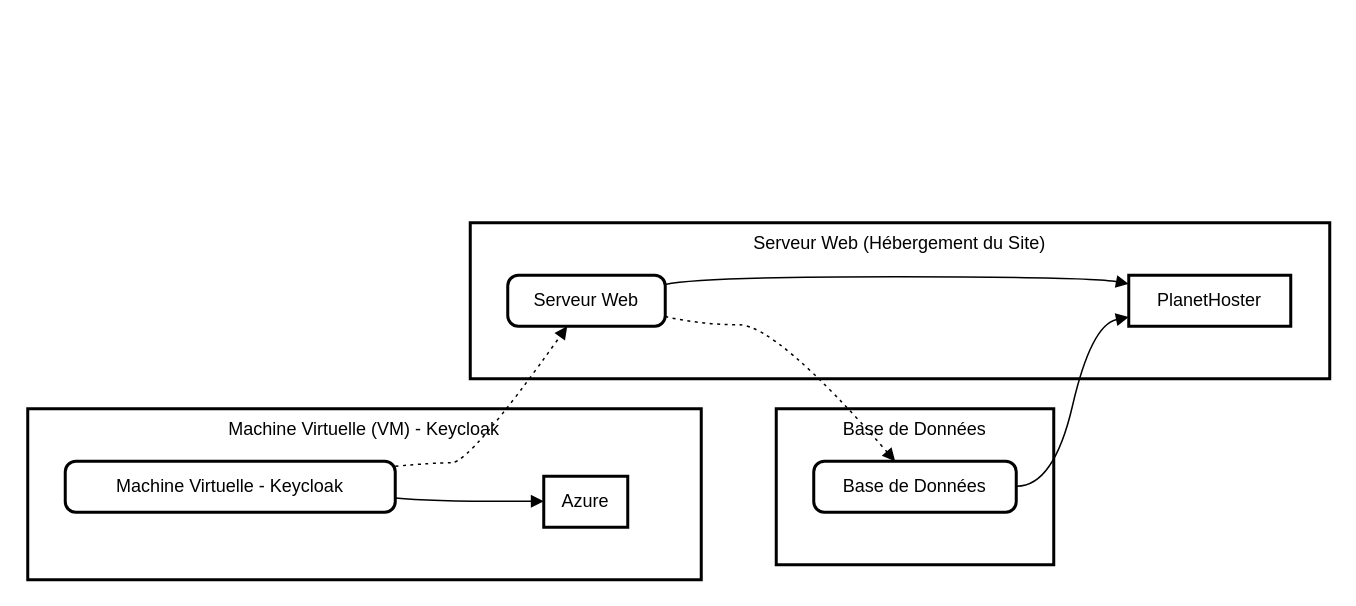
Before: Diagramme sans nom.drawio in LindaArezki/test, a draw.io diagram. Source tidied: cells renumbered, new cells numbered last; positions are measured from the earlier drawing's top-left corner, leaving out a move shared by most shapes. Both pictures are drawn from the tidied source at 150%, with x=0, y=0 at pixel (27, 222).
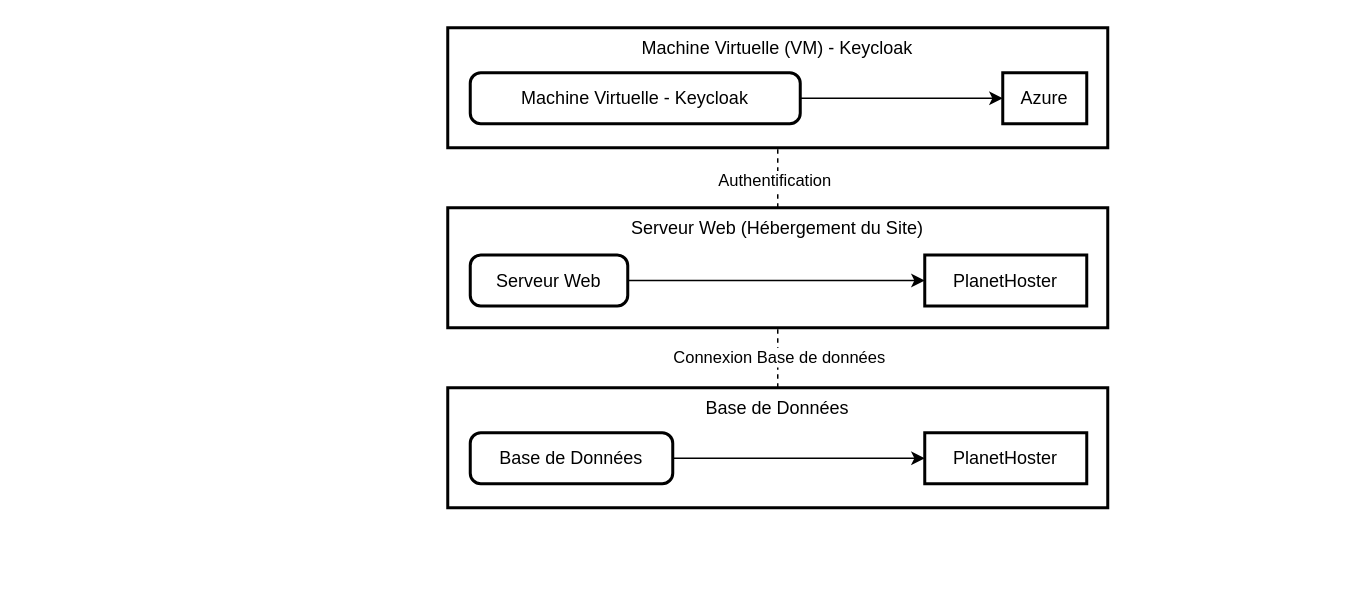
After the change.

Commit message:
Mettre à jour Diagramme sans nom.drawio

Diff of the diagram source:
```diff
@@
     <mxCell id="2" value="Base de Données" style="whiteSpace=wrap;strokeWidth=2;verticalAlign=top;" parent="1" vertex="1">
-      <mxGeometry x="499" y="124" width="185" height="104" as="geometry" />
+      <mxGeometry x="280" y="110" width="440" height="80" as="geometry" />
     </mxCell>
     <mxCell id="3" value="Base de Données" style="rounded=1;absoluteArcSize=1;arcSize=14;whiteSpace=wrap;strokeWidth=2;" parent="1" vertex="1">
-      <mxGeometry x="524" y="159" width="135" height="34" as="geometry" />
+      <mxGeometry x="295" y="140" width="135" height="34" as="geometry" />
     </mxCell>
     <mxCell id="4" value="Serveur Web (Hébergement du Site)" style="whiteSpace=wrap;strokeWidth=2;verticalAlign=top;" parent="1" vertex="1">
-      <mxGeometry x="295" width="573" height="104" as="geometry" />
+      <mxGeometry x="280" y="-10" width="440" height="80" as="geometry" />
     </mxCell>
     <mxCell id="5" value="Serveur Web" style="rounded=1;absoluteArcSize=1;arcSize=14;whiteSpace=wrap;strokeWidth=2;" parent="1" vertex="1">
-      <mxGeometry x="320" y="35" width="105" height="34" as="geometry" />
+      <mxGeometry x="295" y="21.5" width="105" height="34" as="geometry" />
     </mxCell>
     <mxCell id="6" value="PlanetHoster" style="whiteSpace=wrap;strokeWidth=2;" parent="1" vertex="1">
-      <mxGeometry x="734" y="35" width="108" height="34" as="geometry" />
+      <mxGeometry x="598" y="21.5" width="108" height="34" as="geometry" />
     </mxCell>
     <mxCell id="7" value="Machine Virtuelle (VM) - Keycloak" style="whiteSpace=wrap;strokeWidth=2;verticalAlign=top;" parent="1" vertex="1">
-      <mxGeometry y="124" width="449" height="114" as="geometry" />
+      <mxGeometry x="280" y="-130" width="440" height="80" as="geometry" />
     </mxCell>
     <mxCell id="8" value="Machine Virtuelle - Keycloak" style="rounded=1;absoluteArcSize=1;arcSize=14;whiteSpace=wrap;strokeWidth=2;" parent="1" vertex="1">
-      <mxGeometry x="25" y="159" width="220" height="34" as="geometry" />
+      <mxGeometry x="295" y="-100" width="220" height="34" as="geometry" />
     </mxCell>
     <mxCell id="9" value="Azure" style="whiteSpace=wrap;strokeWidth=2;" parent="1" vertex="1">
-      <mxGeometry x="344" y="169" width="56" height="34" as="geometry" />
+      <mxGeometry x="650" y="-100" width="56" height="34" as="geometry" />
     </mxCell>
-    <mxCell id="10" style="curved=1;startArrow=none;endArrow=block;exitX=1;exitY=0.72;entryX=0;entryY=0.49;" parent="1" edge="1" source="8" target="9">
-      <mxGeometry relative="1" as="geometry">
-        <Array as="points">
-          <mxPoint x="270" y="186" />
-        </Array>
-      </mxGeometry>
+    <mxCell id="10" style="endArrow=classic;html=1;rounded=0;exitX=1;exitY=0.5;exitDx=0;exitDy=0;" parent="1" edge="1" source="8" target="9">
+      <mxGeometry relative="1" as="geometry" />
     </mxCell>
+    <mxCell id="15" value="PlanetHoster" style="whiteSpace=wrap;strokeWidth=2;" parent="1" vertex="1">
+      <mxGeometry x="598" y="140" width="108" height="34" as="geometry" />
+    </mxCell>
-    <mxCell id="11" style="curved=1;startArrow=none;endArrow=block;exitX=1;exitY=0.18;entryX=0;entryY=0.17;" parent="1" edge="1" source="5" target="6">
-      <mxGeometry relative="1" as="geometry">
-        <Array as="points">
-          <mxPoint x="449" y="36" />
-          <mxPoint x="709" y="36" />
-        </Array>
-      </mxGeometry>
+    <mxCell id="11" style="endArrow=classic;html=1;rounded=0;exitX=1;exitY=0.5;exitDx=0;exitDy=0;entryX=0;entryY=0.5;entryDx=0;entryDy=0;" parent="1" edge="1" source="5" target="6">
+      <mxGeometry relative="1" as="geometry" />
     </mxCell>
-    <mxCell id="12" style="curved=1;startArrow=none;endArrow=block;exitX=1;exitY=0.49;entryX=0;entryY=0.82;" parent="1" edge="1" source="3" target="6">
-      <mxGeometry relative="1" as="geometry">
-        <Array as="points">
-          <mxPoint x="684" y="176" />
-          <mxPoint x="709" y="68" />
-        </Array>
-      </mxGeometry>
-    </mxCell>
-    <mxCell id="13" style="curved=1;dashed=1;dashPattern=2 3;startArrow=none;endArrow=block;exitX=1;exitY=0.1;entryX=0.38;entryY=0.99;" parent="1" edge="1" source="8" target="5">
-      <mxGeometry relative="1" as="geometry">
-        <Array as="points">
-          <mxPoint x="270" y="160" />
-          <mxPoint x="295" y="160" />
-        </Array>
-      </mxGeometry>
-    </mxCell>
-    <mxCell id="14" style="curved=1;dashed=1;dashPattern=2 3;startArrow=none;endArrow=block;exitX=1;exitY=0.81;entryX=0.4;entryY=-0.01;" parent="1" edge="1" source="5" target="3">
-      <mxGeometry relative="1" as="geometry">
-        <Array as="points">
-          <mxPoint x="449" y="68" />
-          <mxPoint x="499" y="68" />
-        </Array>
-      </mxGeometry>
-    </mxCell>
+    <mxCell id="16" style="endArrow=classic;html=1;rounded=0;exitX=1;exitY=0.5;exitDx=0;exitDy=0;entryX=0;entryY=0.5;entryDx=0;entryDy=0;" parent="1" edge="1" source="3" target="15">
+      <mxGeometry relative="1" as="geometry" />
+    </mxCell>
+    <mxCell id="17" style="endArrow=none;dashed=1;html=1;rounded=0;exitX=0.5;exitY=0;exitDx=0;exitDy=0;fontFamily=Helvetica;" parent="1" edge="1" source="2" target="4">
+      <mxGeometry relative="1" as="geometry" />
+    </mxCell>
+    <mxCell id="18" value="Connexion Base de données" style="edgeLabel;html=1;align=center;verticalAlign=middle;" parent="17" vertex="1">
+      <mxGeometry x="0.03" relative="1" as="geometry" />
+    </mxCell>
+    <mxCell id="19" style="endArrow=none;dashed=1;html=1;rounded=0;exitX=0.5;exitY=0;exitDx=0;exitDy=0;entryX=0.5;entryY=1;entryDx=0;entryDy=0;" parent="1" edge="1" source="4" target="7">
+      <mxGeometry relative="1" as="geometry" />
+    </mxCell>
+    <mxCell id="20" value="Authentification" style="edgeLabel;html=1;align=center;verticalAlign=middle;" parent="19" vertex="1">
+      <mxGeometry x="-0.06" y="3" relative="1" as="geometry" />
+    </mxCell>
```
